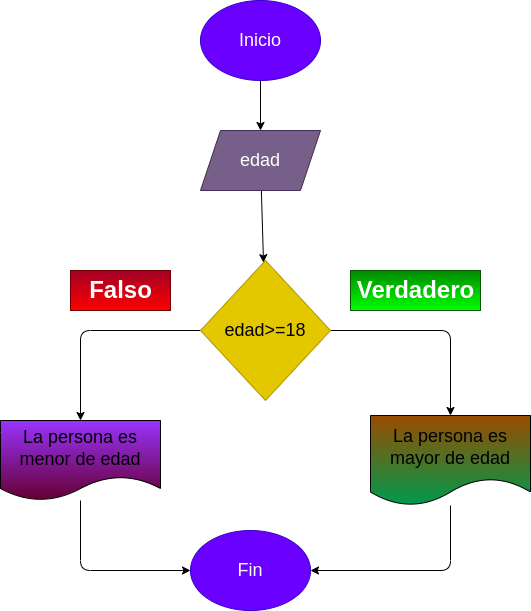
This is ejercicio8_suma3enteros/diagrama.png from juanomanino/EjerciciosIftemporal, a draw.io export, as it was before one commit. Source tidied: cells renumbered, new cells last; positions are measured from the earlier drawing's top-left corner, leaving out a move shared by most shapes. The source it was exported from:
```xml
<mxGraphModel>
  <root>
    <mxCell id="0" />
    <mxCell id="1" parent="0" />
    <mxCell id="2" style="edgeStyle=none;html=1;fontSize=18;" parent="1" edge="1" source="3" target="5">
      <mxGeometry relative="1" as="geometry" />
    </mxCell>
    <mxCell id="3" value="&lt;font style=&quot;font-size: 18px&quot;&gt;Inicio&lt;/font&gt;" style="ellipse;whiteSpace=wrap;html=1;fillColor=#6a00ff;fontColor=#ffffff;strokeColor=#3700CC;" parent="1" vertex="1">
      <mxGeometry x="200" width="120" height="80" as="geometry" />
    </mxCell>
    <mxCell id="4" style="edgeStyle=none;html=1;fontSize=18;" parent="1" edge="1" source="5" target="8">
      <mxGeometry relative="1" as="geometry" />
    </mxCell>
    <mxCell id="5" value="&lt;font style=&quot;font-size: 18px&quot;&gt;edad&lt;/font&gt;" style="shape=parallelogram;perimeter=parallelogramPerimeter;whiteSpace=wrap;html=1;fixedSize=1;fillColor=#76608a;fontColor=#ffffff;strokeColor=#432D57;" parent="1" vertex="1">
      <mxGeometry x="200" y="130" width="120" height="60" as="geometry" />
    </mxCell>
    <mxCell id="6" style="edgeStyle=none;html=1;entryX=0.5;entryY=0;entryDx=0;entryDy=0;fontSize=18;" parent="1" edge="1" source="8" target="12">
      <mxGeometry relative="1" as="geometry">
        <Array as="points">
          <mxPoint x="450" y="330" />
        </Array>
      </mxGeometry>
    </mxCell>
    <mxCell id="7" style="edgeStyle=none;html=1;exitX=0;exitY=0.5;exitDx=0;exitDy=0;entryX=0.5;entryY=0;entryDx=0;entryDy=0;fontSize=18;" parent="1" edge="1" source="8" target="10">
      <mxGeometry relative="1" as="geometry">
        <Array as="points">
          <mxPoint x="80" y="330" />
        </Array>
      </mxGeometry>
    </mxCell>
    <mxCell id="8" value="edad&amp;gt;=18" style="rhombus;whiteSpace=wrap;html=1;fontSize=18;fillColor=#e3c800;fontColor=#000000;strokeColor=#B09500;" parent="1" vertex="1">
      <mxGeometry x="200" y="260" width="130" height="140" as="geometry" />
    </mxCell>
    <mxCell id="9" style="edgeStyle=none;html=1;entryX=0;entryY=0.5;entryDx=0;entryDy=0;fontSize=18;" parent="1" edge="1" source="10" target="15">
      <mxGeometry relative="1" as="geometry">
        <Array as="points">
          <mxPoint x="80" y="570" />
        </Array>
      </mxGeometry>
    </mxCell>
    <mxCell id="10" value="La persona es menor de edad" style="shape=document;whiteSpace=wrap;html=1;boundedLbl=1;fontSize=18;fillColor=#9933FF;gradientColor=#660033;" parent="1" vertex="1">
      <mxGeometry y="420" width="160" height="80" as="geometry" />
    </mxCell>
    <mxCell id="11" style="edgeStyle=none;html=1;entryX=1;entryY=0.5;entryDx=0;entryDy=0;fontSize=18;" parent="1" edge="1" source="12" target="15">
      <mxGeometry relative="1" as="geometry">
        <Array as="points">
          <mxPoint x="450" y="570" />
        </Array>
      </mxGeometry>
    </mxCell>
    <mxCell id="12" value="La persona es mayor de edad" style="shape=document;whiteSpace=wrap;html=1;boundedLbl=1;fontSize=18;gradientColor=#00994D;fillColor=#994C00;" parent="1" vertex="1">
      <mxGeometry x="370" y="415" width="160" height="90" as="geometry" />
    </mxCell>
    <mxCell id="13" value="Falso" style="text;strokeColor=#6F0000;fillColor=#a20025;html=1;fontSize=24;fontStyle=1;verticalAlign=middle;align=center;fontColor=#ffffff;gradientColor=#FF0000;" parent="1" vertex="1">
      <mxGeometry x="70" y="270" width="100" height="40" as="geometry" />
    </mxCell>
    <mxCell id="14" value="Verdadero" style="text;strokeColor=#005700;fillColor=#008a00;html=1;fontSize=24;fontStyle=1;verticalAlign=middle;align=center;fontColor=#ffffff;gradientColor=#00FF00;" parent="1" vertex="1">
      <mxGeometry x="350" y="270" width="130" height="40" as="geometry" />
    </mxCell>
    <mxCell id="15" value="Fin" style="ellipse;whiteSpace=wrap;html=1;fontSize=18;fillColor=#6a00ff;fontColor=#ffffff;strokeColor=#3700CC;" parent="1" vertex="1">
      <mxGeometry x="190" y="530" width="120" height="80" as="geometry" />
    </mxCell>
  </root>
</mxGraphModel>
```
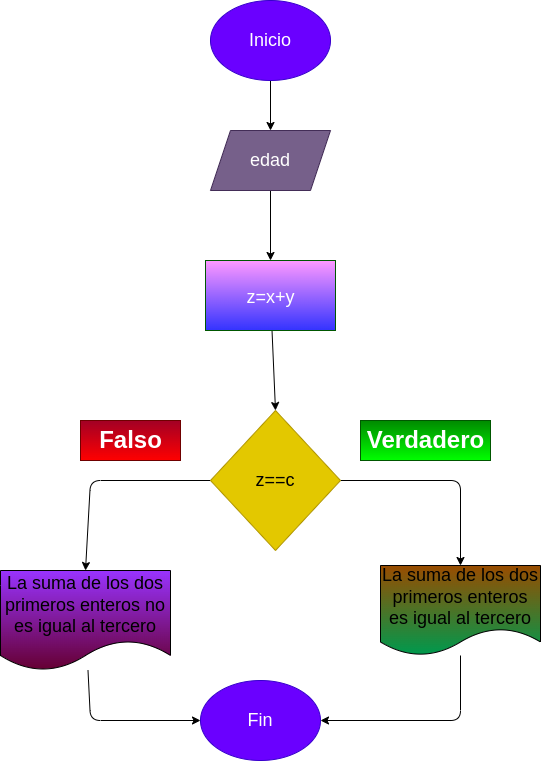
The same file after the commit.

Diff of the diagram source:
```diff
@@ -6,13 +6,13 @@
       <mxGeometry relative="1" as="geometry" />
     </mxCell>
     <mxCell id="3" value="&lt;font style=&quot;font-size: 18px&quot;&gt;Inicio&lt;/font&gt;" style="ellipse;whiteSpace=wrap;html=1;fillColor=#6a00ff;fontColor=#ffffff;strokeColor=#3700CC;" parent="1" vertex="1">
-      <mxGeometry x="200" width="120" height="80" as="geometry" />
+      <mxGeometry x="200" y="-150" width="120" height="80" as="geometry" />
     </mxCell>
-    <mxCell id="4" style="edgeStyle=none;html=1;fontSize=18;" parent="1" edge="1" source="5" target="8">
+    <mxCell id="4" style="edgeStyle=none;html=1;fontSize=18;entryX=0.5;entryY=0;entryDx=0;entryDy=0;" parent="1" edge="1" source="5" target="17">
       <mxGeometry relative="1" as="geometry" />
     </mxCell>
     <mxCell id="5" value="&lt;font style=&quot;font-size: 18px&quot;&gt;edad&lt;/font&gt;" style="shape=parallelogram;perimeter=parallelogramPerimeter;whiteSpace=wrap;html=1;fixedSize=1;fillColor=#76608a;fontColor=#ffffff;strokeColor=#432D57;" parent="1" vertex="1">
-      <mxGeometry x="200" y="130" width="120" height="60" as="geometry" />
+      <mxGeometry x="200" y="-20" width="120" height="60" as="geometry" />
     </mxCell>
     <mxCell id="6" style="edgeStyle=none;html=1;entryX=0.5;entryY=0;entryDx=0;entryDy=0;fontSize=18;" parent="1" edge="1" source="8" target="12">
       <mxGeometry relative="1" as="geometry">
@@ -28,7 +28,7 @@
         </Array>
       </mxGeometry>
     </mxCell>
-    <mxCell id="8" value="edad&amp;gt;=18" style="rhombus;whiteSpace=wrap;html=1;fontSize=18;fillColor=#e3c800;fontColor=#000000;strokeColor=#B09500;" parent="1" vertex="1">
+    <mxCell id="8" value="z==c" style="rhombus;whiteSpace=wrap;html=1;fontSize=18;fillColor=#e3c800;fontColor=#000000;strokeColor=#B09500;" parent="1" vertex="1">
       <mxGeometry x="200" y="260" width="130" height="140" as="geometry" />
     </mxCell>
     <mxCell id="9" style="edgeStyle=none;html=1;entryX=0;entryY=0.5;entryDx=0;entryDy=0;fontSize=18;" parent="1" edge="1" source="10" target="15">
@@ -38,8 +38,8 @@
         </Array>
       </mxGeometry>
     </mxCell>
-    <mxCell id="10" value="La persona es menor de edad" style="shape=document;whiteSpace=wrap;html=1;boundedLbl=1;fontSize=18;fillColor=#9933FF;gradientColor=#660033;" parent="1" vertex="1">
-      <mxGeometry y="420" width="160" height="80" as="geometry" />
+    <mxCell id="10" value="La suma de los dos primeros enteros no es igual al tercero" style="shape=document;whiteSpace=wrap;html=1;boundedLbl=1;fontSize=18;fillColor=#9933FF;gradientColor=#660033;" parent="1" vertex="1">
+      <mxGeometry x="-10" y="420" width="170" height="100" as="geometry" />
     </mxCell>
     <mxCell id="11" style="edgeStyle=none;html=1;entryX=1;entryY=0.5;entryDx=0;entryDy=0;fontSize=18;" parent="1" edge="1" source="12" target="15">
       <mxGeometry relative="1" as="geometry">
@@ -48,7 +48,7 @@
         </Array>
       </mxGeometry>
     </mxCell>
-    <mxCell id="12" value="La persona es mayor de edad" style="shape=document;whiteSpace=wrap;html=1;boundedLbl=1;fontSize=18;gradientColor=#00994D;fillColor=#994C00;" parent="1" vertex="1">
+    <mxCell id="12" value="La suma de los dos primeros enteros es igual al tercero" style="shape=document;whiteSpace=wrap;html=1;boundedLbl=1;fontSize=18;gradientColor=#00994D;fillColor=#994C00;" parent="1" vertex="1">
       <mxGeometry x="370" y="415" width="160" height="90" as="geometry" />
     </mxCell>
     <mxCell id="13" value="Falso" style="text;strokeColor=#6F0000;fillColor=#a20025;html=1;fontSize=24;fontStyle=1;verticalAlign=middle;align=center;fontColor=#ffffff;gradientColor=#FF0000;" parent="1" vertex="1">
@@ -60,5 +60,11 @@
     <mxCell id="15" value="Fin" style="ellipse;whiteSpace=wrap;html=1;fontSize=18;fillColor=#6a00ff;fontColor=#ffffff;strokeColor=#3700CC;" parent="1" vertex="1">
       <mxGeometry x="190" y="530" width="120" height="80" as="geometry" />
     </mxCell>
+    <mxCell id="16" style="edgeStyle=none;html=1;entryX=0.5;entryY=0;entryDx=0;entryDy=0;fontSize=18;" parent="1" edge="1" source="17" target="8">
+      <mxGeometry relative="1" as="geometry" />
+    </mxCell>
+    <mxCell id="17" value="&lt;font style=&quot;font-size: 18px ; font-weight: normal&quot;&gt;z=x+y&lt;/font&gt;" style="text;strokeColor=#005700;fillColor=#FF99FF;html=1;fontSize=24;fontStyle=1;verticalAlign=middle;align=center;fontColor=#ffffff;gradientColor=#3333FF;" parent="1" vertex="1">
+      <mxGeometry x="195" y="110" width="130" height="70" as="geometry" />
+    </mxCell>
   </root>
 </mxGraphModel>
```
